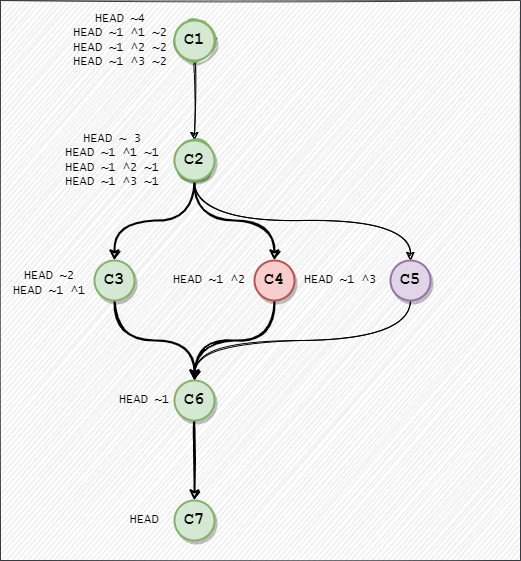
The draw.io diagram Assets/images/git-selectors.png in braboj/tutorial-git, before a commit. Source tidied: cells renumbered, new cells last; positions are measured from the earlier drawing's top-left corner, leaving out a move shared by most shapes.
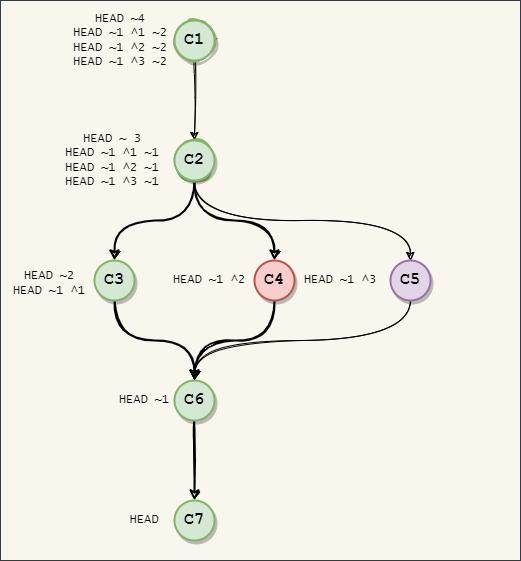
After the change.

The edit, as a diff of the source:
```diff
@@ -2,7 +2,7 @@
   <root>
     <mxCell id="0" />
     <mxCell id="1" parent="0" />
-    <mxCell id="2" style="whiteSpace=wrap;html=1;shadow=0;fillStyle=auto;sketch=1;fillColor=#eeeeee;strokeColor=#36393d;glass=0;" parent="1" vertex="1">
+    <mxCell id="2" style="whiteSpace=wrap;html=1;shadow=0;fillStyle=auto;sketch=0;fillColor=#f9f7ed;strokeColor=#36393d;glass=0;" parent="1" vertex="1">
       <mxGeometry width="520" height="560" as="geometry" />
     </mxCell>
     <mxCell id="3" style="edgeStyle=orthogonalEdgeStyle;jettySize=auto;html=1;exitX=0.5;exitY=1;exitDx=0;exitDy=0;curved=1;sketch=1;" parent="1" edge="1" source="15" target="7">
```
